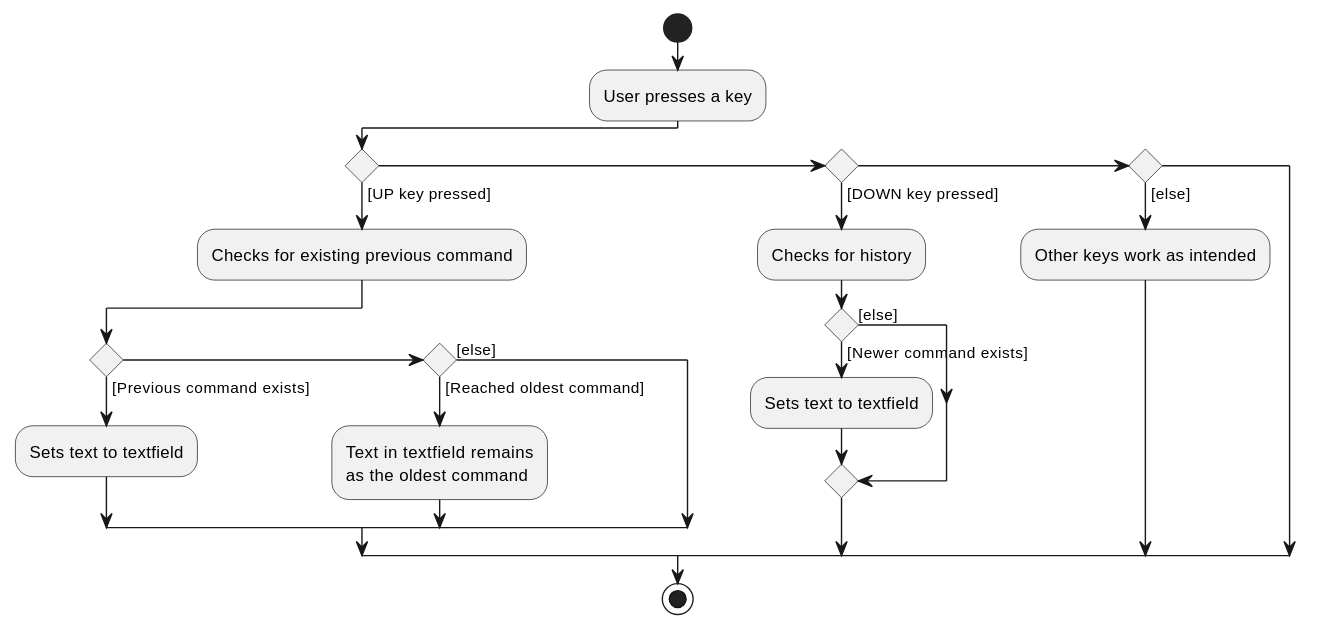
Before: docs/images/KeyMapActivityDiagram.svg, a diagram exported from PlantUML (nus-cs2103-AY2223S2/tp). The source it was exported from:
```plantuml
@startuml
start
:User presses a key;
if () then ([UP key pressed])
    :Checks for existing previous command;
    if () then ([Previous command exists])
    :Sets text to textfield;

    elseif () then ([Reached oldest command])
    :Text in textfield remains
    as the oldest command;

    else ([else])
    endif
elseif() then ([DOWN key pressed])
    :Checks for history;
    if () then ([Newer command exists])
    :Sets text to textfield;
    else ([else])
    endif
elseif () then ([else])
:Other keys work as intended;
else()
endif
stop
@enduml
```
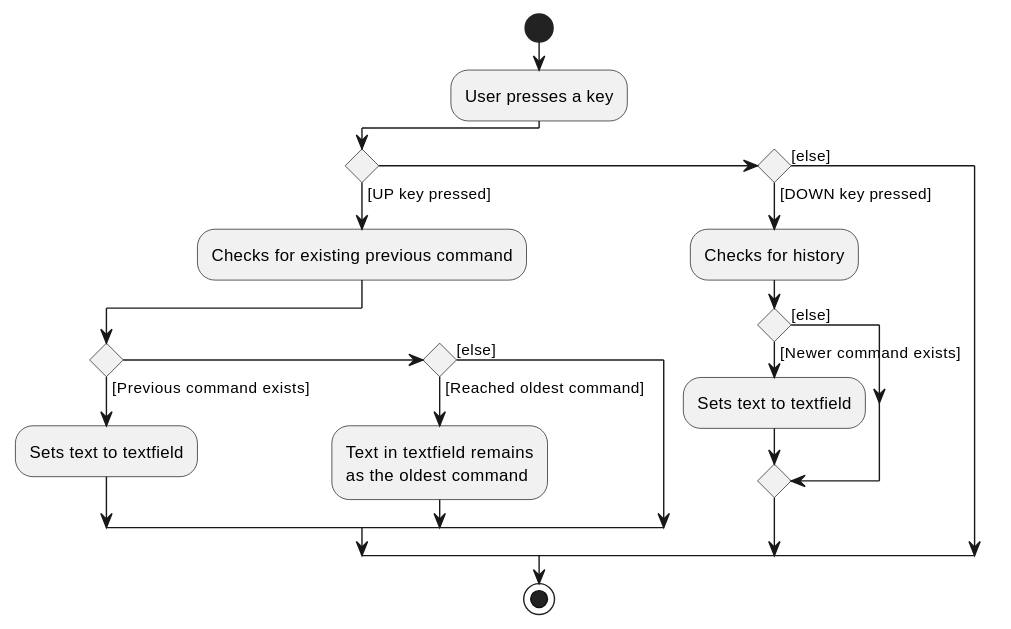
After the commit.

Commit message:
Fix bug in key map diagram

What changed in the source:
```diff
@@ -18,9 +18,7 @@
     :Sets text to textfield;
     else ([else])
     endif
-elseif () then ([else])
-:Other keys work as intended;
-else()
+else([else])
 endif
 stop
 @enduml
```
